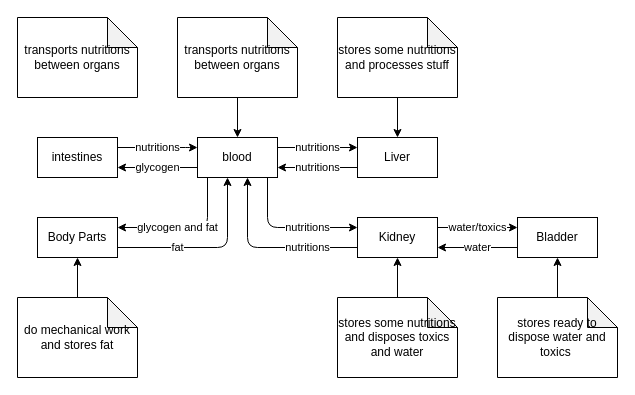
SchwarzChristian/NutriSim keeps this draw.io diagram as page "Nutrition Distribution" (3 of 3) of docs/diagrams.drawio. Above is the earlier version. Source tidied: cells renumbered, new cells numbered last; positions are measured from the earlier drawing's top-left corner, leaving out a move shared by most shapes. Both pictures are drawn from the tidied source at 100%, with x=0, y=0 at pixel (17, 17).
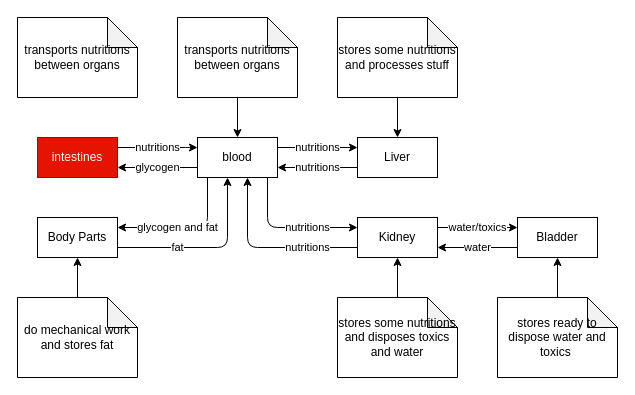
Above is the later version.

What changed in the source:
```diff
@@
-    <mxCell id="3" value="intestines" style="rounded=0;whiteSpace=wrap;html=1;" parent="1" vertex="1">
+    <mxCell id="3" value="intestines" style="rounded=0;whiteSpace=wrap;html=1;fillColor=#e51400;strokeColor=#B20000;fontColor=#ffffff;" parent="1" vertex="1">
       <mxGeometry x="20" y="120" width="80" height="40" as="geometry" />
     </mxCell>
```
